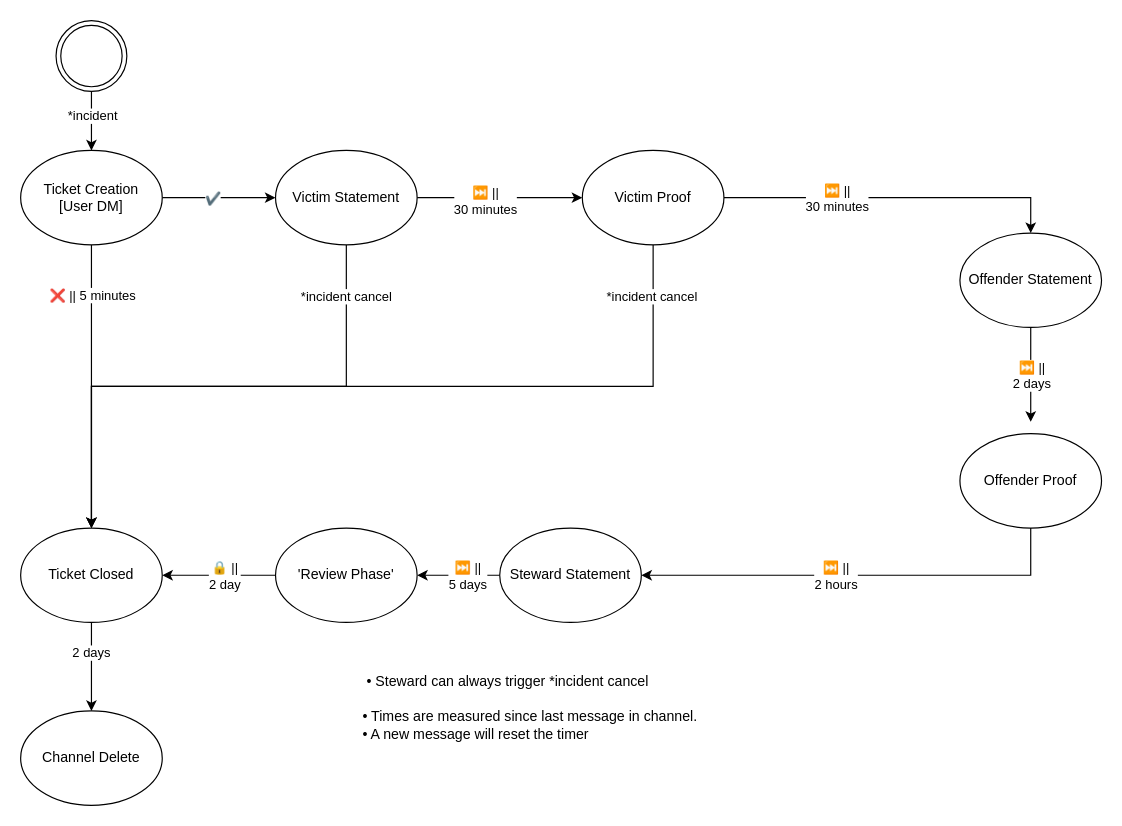
Mayerch1/IncidentBot keeps this draw.io diagram as StateMachine.drawio. Above is the earlier version. Source tidied: cells renumbered, new cells numbered last; positions are measured from the earlier drawing's top-left corner, leaving out a move shared by most shapes. Both pictures are drawn from the tidied source at 118%, with x=0, y=0 at pixel (20, 20).
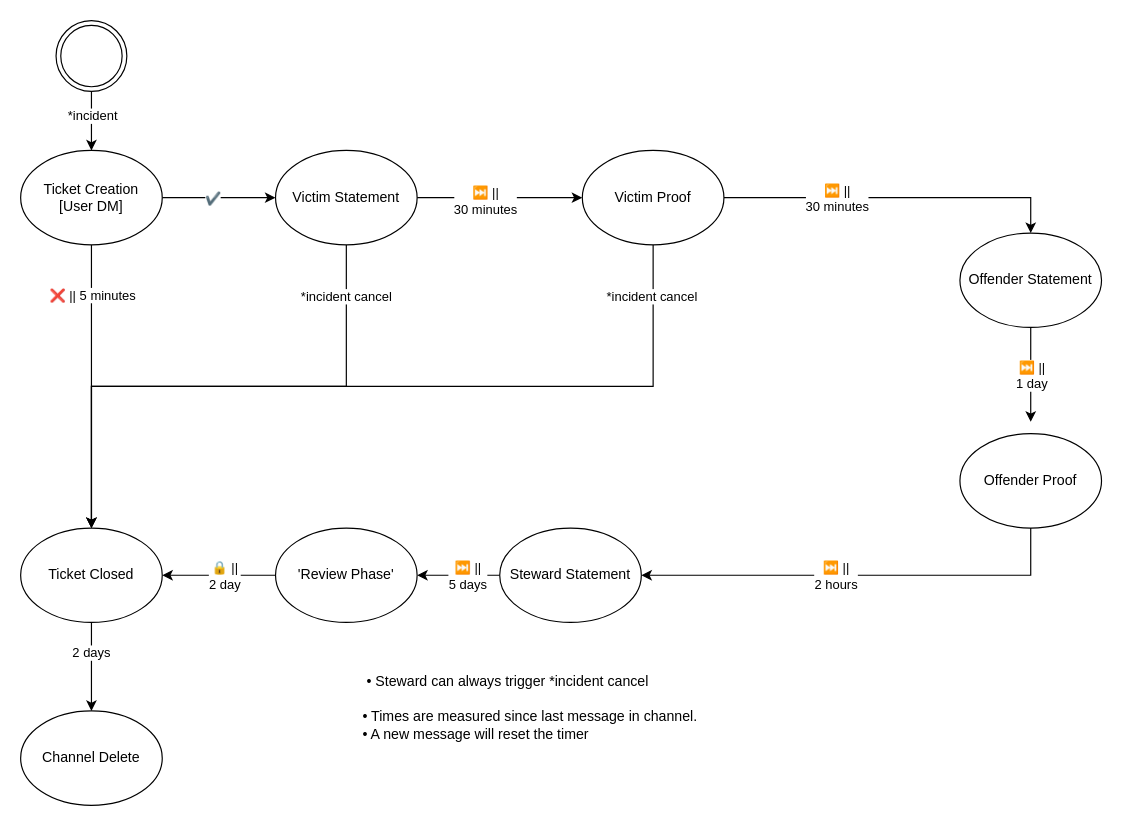
After the change.

Commit message (it also covers changes not shown here):
adjust transition time, improve evidence supplied test

Unchanged cells that the change refers to:
```xml
<mxCell id="17" style="edgeStyle=orthogonalEdgeStyle;rounded=0;jettySize=auto;html=1;" parent="1" edge="1" source="19">
  <mxGeometry relative="1" as="geometry">
    <mxPoint x="856" y="340" as="targetPoint" />
  </mxGeometry>
</mxCell>
```

Diff of the diagram source:
```diff
@@
-    <mxCell id="18" value="⏭️ ||&lt;br&gt;2 days" style="edgeLabel;html=1;align=center;verticalAlign=middle;" parent="17" vertex="1">
+    <mxCell id="18" value="⏭️ ||&lt;br&gt;1 day" style="edgeLabel;html=1;align=center;verticalAlign=middle;" parent="17" vertex="1">
       <mxGeometry x="-0.24" y="-1" relative="1" as="geometry">
         <mxPoint x="1" y="9.7" as="offset" />
       </mxGeometry>
     </mxCell>
```
